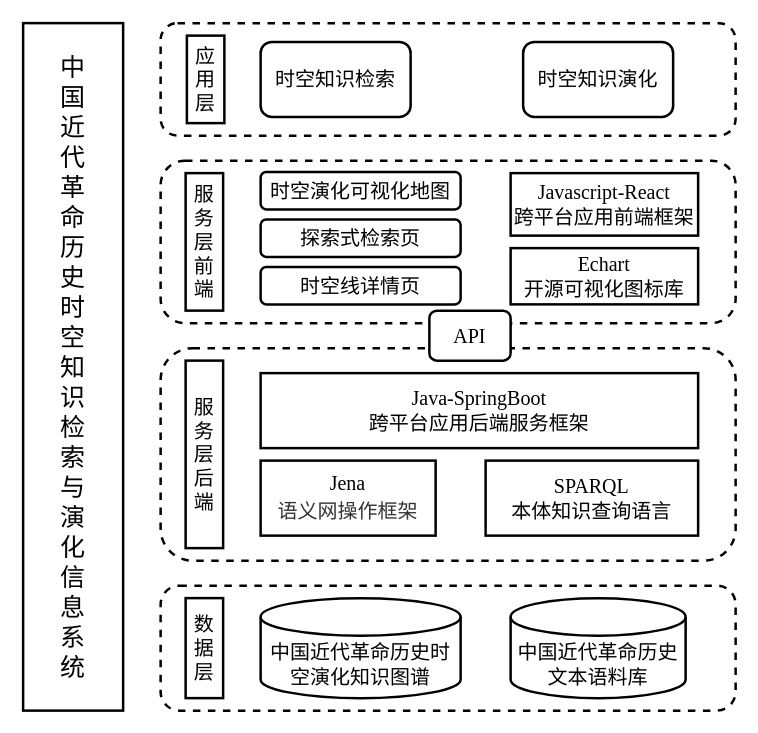
The draw.io diagram time-space-sys.drawio in junchaoIU/Diagrams_library, before the edit. Source tidied: cells renumbered, new cells numbered last; positions are measured from the earlier drawing's top-left corner, leaving out a move shared by most shapes. Both pictures are drawn from the tidied source at 125%, with x=0, y=0 at pixel (22, 22).
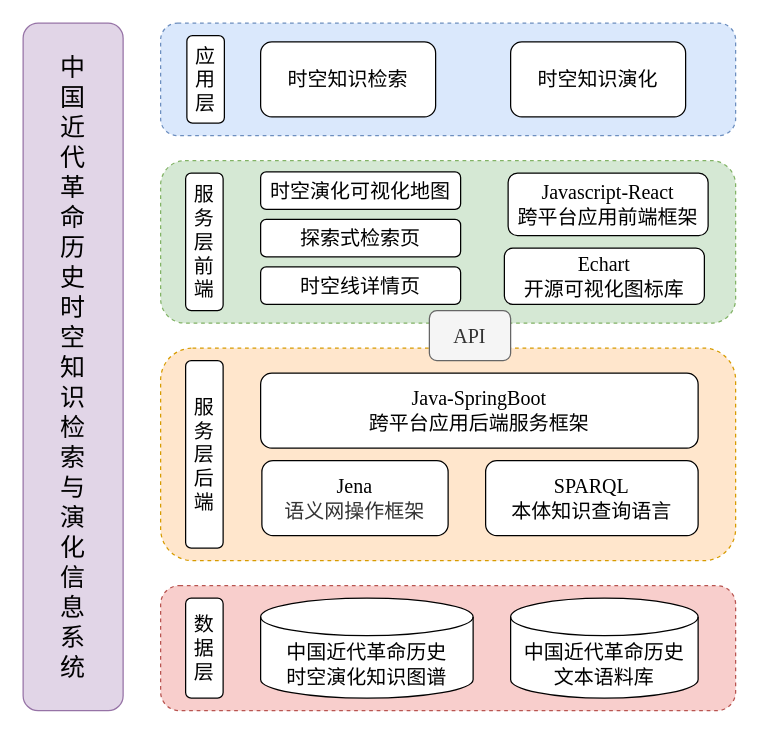
Above is the later version.

The edit, as a diff of the source:
```diff
@@
-    <mxCell id="2" value="&lt;span style=&quot;font-size: 20px&quot;&gt;中&lt;br&gt;国&lt;br&gt;近&lt;br&gt;代&lt;br&gt;革&lt;br&gt;命&lt;br&gt;历&lt;br&gt;史&lt;br&gt;时&lt;br&gt;空&lt;br&gt;知&lt;br&gt;识&lt;br&gt;检&lt;br&gt;索&lt;br&gt;与&lt;br&gt;演&lt;br&gt;化&lt;br&gt;信&lt;br&gt;息&lt;br&gt;系&lt;br&gt;统&lt;/span&gt;" style="rounded=0;whiteSpace=wrap;html=1;strokeWidth=2;" parent="1" vertex="1">
+    <mxCell id="2" value="&lt;span style=&quot;font-size: 20px&quot;&gt;中&lt;br&gt;国&lt;br&gt;近&lt;br&gt;代&lt;br&gt;革&lt;br&gt;命&lt;br&gt;历&lt;br&gt;史&lt;br&gt;时&lt;br&gt;空&lt;br&gt;知&lt;br&gt;识&lt;br&gt;检&lt;br&gt;索&lt;br&gt;与&lt;br&gt;演&lt;br&gt;化&lt;br&gt;信&lt;br&gt;息&lt;br&gt;系&lt;br&gt;统&lt;/span&gt;" style="rounded=1;whiteSpace=wrap;html=1;strokeWidth=1;fontFamily=Times New Roman;shadow=0;fillColor=#e1d5e7;strokeColor=#9673a6;" parent="1" vertex="1">
       <mxGeometry width="80" height="550" as="geometry" />
     </mxCell>
-    <mxCell id="3" style="rounded=1;whiteSpace=wrap;html=1;fontSize=16;strokeWidth=2;dashed=1;fontStyle=0;" parent="1" vertex="1">
+    <mxCell id="3" style="rounded=1;whiteSpace=wrap;html=1;fontSize=16;strokeWidth=1;dashed=1;fontStyle=0;fontFamily=Times New Roman;fillColor=#f8cecc;strokeColor=#b85450;" parent="1" vertex="1">
       <mxGeometry x="110" y="450" width="460" height="100" as="geometry" />
     </mxCell>
-    <mxCell id="4" value="&lt;font style=&quot;font-size: 16px;&quot;&gt;中国近代革命历史时空演化知识图谱&lt;/font&gt;" style="shape=cylinder3;whiteSpace=wrap;html=1;boundedLbl=1;backgroundOutline=1;size=15;fontSize=16;strokeWidth=2;fontStyle=0;" parent="1" vertex="1">
-      <mxGeometry x="190" y="460" width="160" height="80" as="geometry" />
+    <mxCell id="4" value="&lt;font style=&quot;font-size: 16px&quot;&gt;中国近代革命历史&lt;br&gt;时空演化知识图谱&lt;/font&gt;" style="shape=cylinder3;whiteSpace=wrap;html=1;boundedLbl=1;backgroundOutline=1;size=15;fontSize=16;strokeWidth=1;fontStyle=0;fontFamily=Times New Roman;" parent="1" vertex="1">
+      <mxGeometry x="190" y="460" width="170" height="80" as="geometry" />
     </mxCell>
-    <mxCell id="5" value="中国近代革命历史文本语料库" style="shape=cylinder3;whiteSpace=wrap;html=1;boundedLbl=1;backgroundOutline=1;size=15;fontSize=16;strokeWidth=2;fontStyle=0;" parent="1" vertex="1">
-      <mxGeometry x="390" y="460" width="140" height="80" as="geometry" />
+    <mxCell id="5" value="中国近代革命历史&lt;br&gt;文本语料库" style="shape=cylinder3;whiteSpace=wrap;html=1;boundedLbl=1;backgroundOutline=1;size=15;fontSize=16;strokeWidth=1;fontStyle=0;fontFamily=Times New Roman;" parent="1" vertex="1">
+      <mxGeometry x="390" y="460" width="150" height="80" as="geometry" />
     </mxCell>
-    <mxCell id="6" style="rounded=1;whiteSpace=wrap;html=1;fontSize=16;strokeWidth=2;dashed=1;fontStyle=0;" parent="1" vertex="1">
+    <mxCell id="6" style="rounded=1;whiteSpace=wrap;html=1;fontSize=16;strokeWidth=1;dashed=1;fontStyle=0;fontFamily=Times New Roman;fillColor=#ffe6cc;strokeColor=#d79b00;" parent="1" vertex="1">
       <mxGeometry x="110" y="260" width="460" height="170" as="geometry" />
     </mxCell>
-    <mxCell id="7" style="rounded=1;whiteSpace=wrap;html=1;fontSize=16;strokeWidth=2;dashed=1;fontStyle=0;" parent="1" vertex="1">
+    <mxCell id="7" style="rounded=1;whiteSpace=wrap;html=1;fontSize=16;strokeWidth=1;dashed=1;fontStyle=0;fontFamily=Times New Roman;fillColor=#dae8fc;strokeColor=#6c8ebf;" parent="1" vertex="1">
       <mxGeometry x="110" width="460" height="90" as="geometry" />
     </mxCell>
-    <mxCell id="8" value="&lt;pre style=&quot;font-size: 16px&quot;&gt;&lt;font style=&quot;font-size: 16px&quot; face=&quot;Times New Roman&quot;&gt;Jena&lt;br style=&quot;font-size: 16px&quot;&gt;&lt;span style=&quot;color: rgb(51 , 51 , 51) ; font-size: 16px ; background-color: rgb(255 , 255 , 255)&quot;&gt;语义网操作框架&lt;/span&gt;&lt;/font&gt;&lt;/pre&gt;" style="rounded=0;whiteSpace=wrap;html=1;fontSize=16;strokeWidth=2;fontStyle=0;" parent="1" vertex="1">
-      <mxGeometry x="190" y="350" width="140" height="60" as="geometry" />
+    <mxCell id="8" value="&lt;div style=&quot;font-size: 16px&quot;&gt;&lt;font style=&quot;font-size: 16px&quot;&gt;Jena&lt;br style=&quot;font-size: 16px&quot;&gt;&lt;span style=&quot;color: rgb(51 , 51 , 51) ; font-size: 16px ; background-color: rgb(255 , 255 , 255)&quot;&gt;语义网操作框架&lt;/span&gt;&lt;/font&gt;&lt;/div&gt;" style="rounded=1;whiteSpace=wrap;html=1;fontSize=16;strokeWidth=1;fontStyle=0;fontFamily=Times New Roman;" parent="1" vertex="1">
+      <mxGeometry x="191" y="350" width="149" height="60" as="geometry" />
     </mxCell>
-    <mxCell id="9" value="&lt;font face=&quot;Times New Roman&quot;&gt;Java-SpringBoot&lt;br style=&quot;font-size: 16px&quot;&gt;跨平台应用后端服务框架&lt;/font&gt;" style="rounded=0;whiteSpace=wrap;html=1;fontSize=16;strokeWidth=2;fontStyle=0;" parent="1" vertex="1">
+    <mxCell id="9" value="&lt;font&gt;Java-SpringBoot&lt;br style=&quot;font-size: 16px&quot;&gt;跨平台应用后端服务框架&lt;/font&gt;" style="rounded=1;whiteSpace=wrap;html=1;fontSize=16;strokeWidth=1;fontStyle=0;fontFamily=Times New Roman;" parent="1" vertex="1">
       <mxGeometry x="190" y="280" width="350" height="60" as="geometry" />
     </mxCell>
-    <mxCell id="10" value="&lt;font face=&quot;Times New Roman&quot;&gt;SPARQL&lt;br style=&quot;font-size: 16px&quot;&gt;本体知识查询语言&lt;/font&gt;" style="rounded=0;whiteSpace=wrap;html=1;fontSize=16;strokeWidth=2;fontStyle=0;" parent="1" vertex="1">
+    <mxCell id="10" value="&lt;font&gt;SPARQL&lt;br style=&quot;font-size: 16px&quot;&gt;本体知识查询语言&lt;/font&gt;" style="rounded=1;whiteSpace=wrap;html=1;fontSize=16;strokeWidth=1;fontStyle=0;fontFamily=Times New Roman;" parent="1" vertex="1">
       <mxGeometry x="370" y="350" width="170" height="60" as="geometry" />
     </mxCell>
-    <mxCell id="11" style="rounded=1;whiteSpace=wrap;html=1;fontSize=16;strokeWidth=2;dashed=1;fontStyle=0;" parent="1" vertex="1">
+    <mxCell id="11" style="rounded=1;whiteSpace=wrap;html=1;fontSize=16;strokeWidth=1;dashed=1;fontStyle=0;fontFamily=Times New Roman;fillColor=#d5e8d4;strokeColor=#82b366;" parent="1" vertex="1">
       <mxGeometry x="110" y="110" width="460" height="130" as="geometry" />
     </mxCell>
-    <mxCell id="12" value="&lt;span style=&quot;font-size: 16px;&quot;&gt;时空知识检索&lt;/span&gt;" style="rounded=1;whiteSpace=wrap;html=1;fontSize=16;strokeWidth=2;fontStyle=0;" parent="1" vertex="1">
-      <mxGeometry x="190" y="15" width="120" height="60" as="geometry" />
+    <mxCell id="12" value="&lt;span style=&quot;font-size: 16px;&quot;&gt;时空知识检索&lt;/span&gt;" style="rounded=1;whiteSpace=wrap;html=1;fontSize=16;strokeWidth=1;fontStyle=0;fontFamily=Times New Roman;" parent="1" vertex="1">
+      <mxGeometry x="190" y="15" width="140" height="60" as="geometry" />
     </mxCell>
-    <mxCell id="13" value="&lt;span style=&quot;font-size: 16px;&quot;&gt;时空知识演化&lt;/span&gt;" style="rounded=1;whiteSpace=wrap;html=1;fontSize=16;strokeWidth=2;fontStyle=0;" parent="1" vertex="1">
-      <mxGeometry x="400" y="15" width="120" height="60" as="geometry" />
+    <mxCell id="13" value="&lt;span style=&quot;font-size: 16px;&quot;&gt;时空知识演化&lt;/span&gt;" style="rounded=1;whiteSpace=wrap;html=1;fontSize=16;strokeWidth=1;fontStyle=0;fontFamily=Times New Roman;" parent="1" vertex="1">
+      <mxGeometry x="390" y="15" width="140" height="60" as="geometry" />
     </mxCell>
-    <mxCell id="14" value="&lt;span style=&quot;font-size: 16px;&quot;&gt;时空演化可视化地图&lt;/span&gt;" style="rounded=1;whiteSpace=wrap;html=1;fontSize=16;strokeWidth=2;fontStyle=0;" parent="1" vertex="1">
+    <mxCell id="14" value="&lt;span style=&quot;font-size: 16px;&quot;&gt;时空演化可视化地图&lt;/span&gt;" style="rounded=1;whiteSpace=wrap;html=1;fontSize=16;strokeWidth=1;fontStyle=0;fontFamily=Times New Roman;" parent="1" vertex="1">
       <mxGeometry x="190" y="119" width="160" height="30" as="geometry" />
     </mxCell>
-    <mxCell id="15" value="&lt;span style=&quot;font-size: 16px;&quot;&gt;探索式检索页&lt;/span&gt;" style="rounded=1;whiteSpace=wrap;html=1;fontSize=16;strokeWidth=2;fontStyle=0;" parent="1" vertex="1">
+    <mxCell id="15" value="&lt;span style=&quot;font-size: 16px;&quot;&gt;探索式检索页&lt;/span&gt;" style="rounded=1;whiteSpace=wrap;html=1;fontSize=16;strokeWidth=1;fontStyle=0;fontFamily=Times New Roman;" parent="1" vertex="1">
       <mxGeometry x="190" y="157" width="160" height="30" as="geometry" />
     </mxCell>
-    <mxCell id="16" value="&lt;span style=&quot;font-size: 16px;&quot;&gt;时空线详情页&lt;/span&gt;" style="rounded=1;whiteSpace=wrap;html=1;fontSize=16;strokeWidth=2;fontStyle=0;" parent="1" vertex="1">
+    <mxCell id="16" value="&lt;span style=&quot;font-size: 16px;&quot;&gt;时空线详情页&lt;/span&gt;" style="rounded=1;whiteSpace=wrap;html=1;fontSize=16;strokeWidth=1;fontStyle=0;fontFamily=Times New Roman;" parent="1" vertex="1">
       <mxGeometry x="190" y="195" width="160" height="30" as="geometry" />
     </mxCell>
-    <mxCell id="17" value="应用层" style="rounded=0;whiteSpace=wrap;html=1;fontSize=16;strokeWidth=2;fontStyle=0;" parent="1" vertex="1">
+    <mxCell id="17" value="应用层" style="rounded=1;whiteSpace=wrap;html=1;fontSize=16;strokeWidth=1;fontStyle=0;fontFamily=Times New Roman;" parent="1" vertex="1">
       <mxGeometry x="131" y="10" width="30" height="70" as="geometry" />
     </mxCell>
-    <mxCell id="18" value="服务层前端" style="rounded=0;whiteSpace=wrap;html=1;fontSize=16;strokeWidth=2;fontStyle=0;" parent="1" vertex="1">
+    <mxCell id="18" value="服务层前端" style="rounded=1;whiteSpace=wrap;html=1;fontSize=16;strokeWidth=1;fontStyle=0;fontFamily=Times New Roman;" parent="1" vertex="1">
       <mxGeometry x="130" y="120" width="30" height="110" as="geometry" />
     </mxCell>
-    <mxCell id="19" value="服务层后端" style="rounded=0;whiteSpace=wrap;html=1;fontSize=16;strokeWidth=2;fontStyle=0;" parent="1" vertex="1">
+    <mxCell id="19" value="服务层后端" style="rounded=1;whiteSpace=wrap;html=1;fontSize=16;strokeWidth=1;fontStyle=0;fontFamily=Times New Roman;" parent="1" vertex="1">
       <mxGeometry x="130" y="270" width="30" height="150" as="geometry" />
     </mxCell>
-    <mxCell id="20" value="数据层" style="rounded=0;whiteSpace=wrap;html=1;fontSize=16;strokeWidth=2;fontStyle=0;" parent="1" vertex="1">
+    <mxCell id="20" value="数据层" style="rounded=1;whiteSpace=wrap;html=1;fontSize=16;strokeWidth=1;fontStyle=0;fontFamily=Times New Roman;" parent="1" vertex="1">
       <mxGeometry x="130" y="460" width="30" height="80" as="geometry" />
     </mxCell>
-    <mxCell id="21" value="&lt;font face=&quot;Times New Roman&quot;&gt;Javascript-React&lt;br style=&quot;font-size: 16px&quot;&gt;跨平台应用前端框架&lt;/font&gt;" style="rounded=0;whiteSpace=wrap;html=1;fontSize=16;strokeWidth=2;fontStyle=0;" parent="1" vertex="1">
-      <mxGeometry x="390" y="120" width="150" height="50" as="geometry" />
+    <mxCell id="21" value="&lt;font&gt;Javascript-React&lt;br style=&quot;font-size: 16px&quot;&gt;跨平台应用前端框架&lt;/font&gt;" style="rounded=1;whiteSpace=wrap;html=1;fontSize=16;strokeWidth=1;fontStyle=0;fontFamily=Times New Roman;" parent="1" vertex="1">
+      <mxGeometry x="388" y="120" width="160" height="50" as="geometry" />
     </mxCell>
-    <mxCell id="22" value="&lt;font face=&quot;Times New Roman&quot;&gt;Echart&lt;br&gt;开源可视化图标库&lt;/font&gt;" style="rounded=0;whiteSpace=wrap;html=1;fontSize=16;strokeWidth=2;fontStyle=0;" parent="1" vertex="1">
-      <mxGeometry x="390" y="180" width="150" height="45" as="geometry" />
+    <mxCell id="22" value="&lt;font&gt;Echart&lt;br&gt;开源可视化图标库&lt;/font&gt;" style="rounded=1;whiteSpace=wrap;html=1;fontSize=16;strokeWidth=1;fontStyle=0;fontFamily=Times New Roman;" parent="1" vertex="1">
+      <mxGeometry x="385" y="180" width="160" height="45" as="geometry" />
     </mxCell>
-    <mxCell id="23" value="&lt;font face=&quot;Times New Roman&quot;&gt;API&lt;/font&gt;" style="rounded=1;whiteSpace=wrap;html=1;fontFamily=Helvetica;fontSize=16;strokeWidth=2;" parent="1" vertex="1">
+    <mxCell id="23" value="&lt;font&gt;API&lt;/font&gt;" style="rounded=1;whiteSpace=wrap;html=1;fontFamily=Times New Roman;fontSize=16;strokeWidth=1;fillColor=#f5f5f5;strokeColor=#666666;fontColor=#333333;" parent="1" vertex="1">
       <mxGeometry x="325" y="230" width="65" height="40" as="geometry" />
     </mxCell>
```
